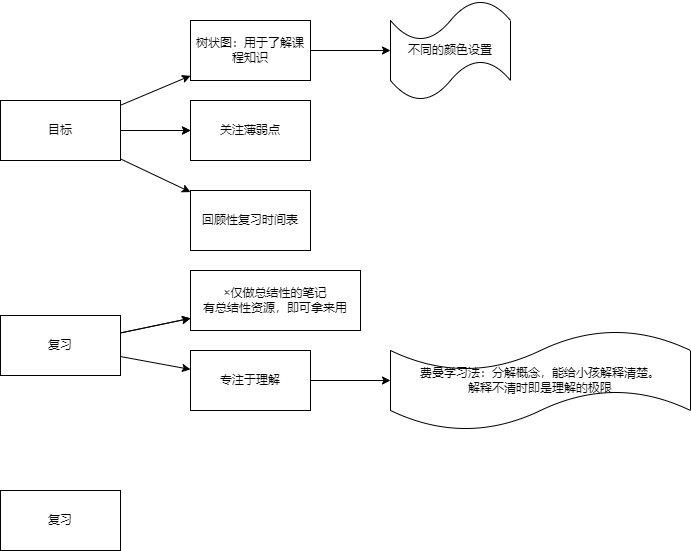
Earlier version of the draw.io export Untitled Diagram.drawio.png (ShortPupil/VPicture). Source tidied: cells renumbered, new cells last; positions are measured from the earlier drawing's top-left corner, leaving out a move shared by most shapes.
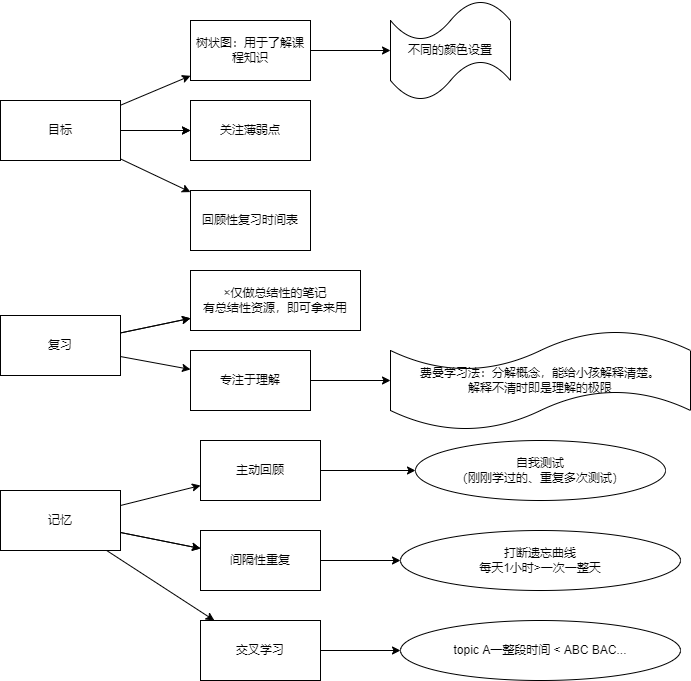
After the change.

Diff of the diagram source:
```diff
@@ -56,8 +56,50 @@
     <mxCell id="19" value="费曼学习法：分解概念，能给小孩解释清楚。&lt;br&gt;解释不清时即是理解的极限" style="shape=tape;whiteSpace=wrap;html=1;rounded=0;" parent="1" vertex="1">
       <mxGeometry x="390" y="330" width="300" height="100" as="geometry" />
     </mxCell>
+    <mxCell id="21" style="edgeStyle=none;rounded=0;jettySize=auto;html=1;" parent="1" edge="1" source="20" target="26">
+      <mxGeometry relative="1" as="geometry" />
+    </mxCell>
+    <mxCell id="22" style="edgeStyle=none;rounded=0;jettySize=auto;html=1;" parent="1" edge="1" source="20" target="29">
+      <mxGeometry relative="1" as="geometry" />
+    </mxCell>
+    <mxCell id="23" style="edgeStyle=none;rounded=0;jettySize=auto;html=1;" parent="1" edge="1" source="20" target="29">
+      <mxGeometry relative="1" as="geometry" />
+    </mxCell>
+    <mxCell id="24" style="edgeStyle=none;rounded=0;jettySize=auto;html=1;" parent="1" edge="1" source="20" target="32">
+      <mxGeometry relative="1" as="geometry" />
+    </mxCell>
-    <mxCell id="20" value="复习" style="rounded=0;whiteSpace=wrap;html=1;" parent="1" vertex="1">
+    <mxCell id="20" value="记忆" style="rounded=0;whiteSpace=wrap;html=1;" parent="1" vertex="1">
       <mxGeometry y="490" width="120" height="60" as="geometry" />
     </mxCell>
+    <mxCell id="25" style="edgeStyle=none;rounded=0;jettySize=auto;html=1;" parent="1" edge="1" source="26" target="27">
+      <mxGeometry relative="1" as="geometry" />
+    </mxCell>
+    <mxCell id="26" value="主动回顾" style="whiteSpace=wrap;html=1;rounded=0;" parent="1" vertex="1">
+      <mxGeometry x="200" y="440" width="120" height="60" as="geometry" />
+    </mxCell>
+    <mxCell id="27" value="自我测试&lt;br&gt;（刚刚学过的、重复多次测试）" style="ellipse;whiteSpace=wrap;html=1;rounded=0;" parent="1" vertex="1">
+      <mxGeometry x="415" y="440" width="250" height="60" as="geometry" />
+    </mxCell>
+    <mxCell id="28" style="edgeStyle=none;rounded=0;jettySize=auto;html=1;" parent="1" edge="1" source="29" target="30">
+      <mxGeometry relative="1" as="geometry" />
+    </mxCell>
+    <mxCell id="29" value="间隔性重复" style="whiteSpace=wrap;html=1;rounded=0;" parent="1" vertex="1">
+      <mxGeometry x="200" y="530" width="120" height="60" as="geometry" />
+    </mxCell>
+    <mxCell id="30" value="打断遗忘曲线&lt;br&gt;每天1小时&amp;gt;一次一整天" style="ellipse;whiteSpace=wrap;html=1;rounded=0;" parent="1" vertex="1">
+      <mxGeometry x="400" y="530" width="280" height="60" as="geometry" />
+    </mxCell>
+    <mxCell id="31" style="edgeStyle=none;rounded=0;jettySize=auto;html=1;" parent="1" edge="1" source="32" target="33">
+      <mxGeometry relative="1" as="geometry" />
+    </mxCell>
+    <mxCell id="32" value="交叉学习" style="whiteSpace=wrap;html=1;rounded=0;" parent="1" vertex="1">
+      <mxGeometry x="200" y="620" width="120" height="60" as="geometry" />
+    </mxCell>
+    <mxCell id="33" value="topic A一整段时间 &amp;lt; ABC BAC..." style="ellipse;whiteSpace=wrap;html=1;rounded=0;" parent="1" vertex="1">
+      <mxGeometry x="400" y="620" width="280" height="60" as="geometry" />
+    </mxCell>
+    <mxCell id="34" style="edgeStyle=none;rounded=0;orthogonalLoop=1;jettySize=auto;html=1;entryX=1;entryY=0.5;entryDx=0;entryDy=0;" parent="1" edge="1" source="33" target="33">
+      <mxGeometry relative="1" as="geometry" />
+    </mxCell>
   </root>
 </mxGraphModel>
```
